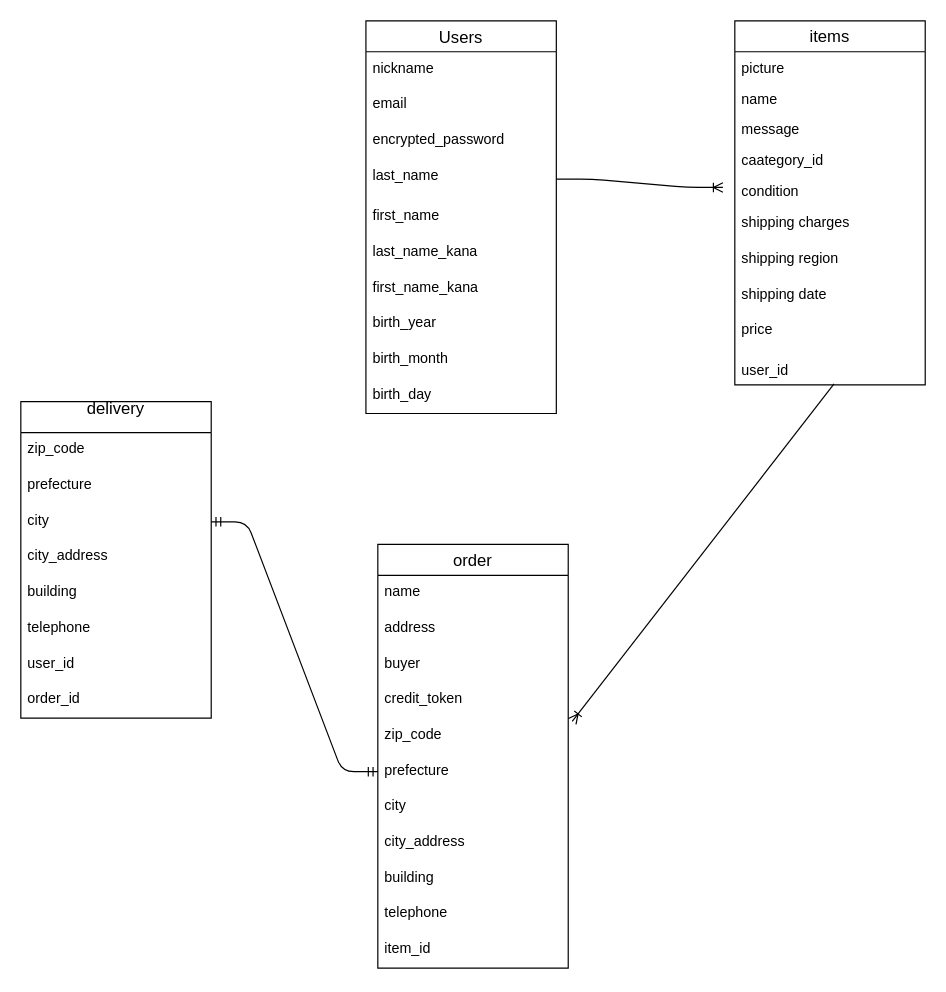
Before: ER.dio in tatsu11096/furima-38578, a draw.io diagram. Source tidied: cells renumbered, new cells numbered last; positions are measured from the earlier drawing's top-left corner, leaving out a move shared by most shapes. Both pictures are drawn from the tidied source at 119%, with x=0, y=0 at pixel (20, 20).
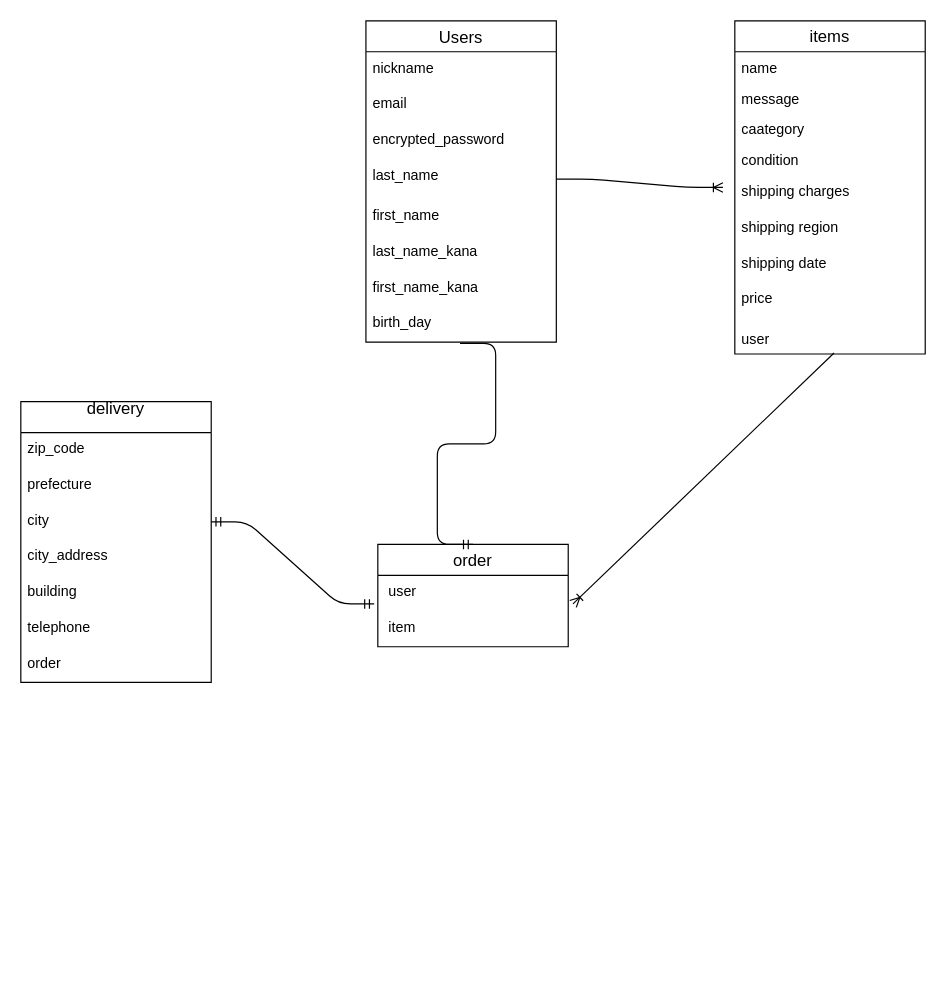
The same page after the edit.

Commit message (it also covers changes not shown here):
データベース修正２

The change refers to these unchanged cells:
```xml
<mxCell id="28" value="city" style="text;strokeColor=none;fillColor=none;spacingLeft=4;spacingRight=4;overflow=hidden;points=[[0,0.5],[1,0.5]];portConstraint=eastwest;fontSize=12;" parent="25" vertex="1">
  <mxGeometry y="86" width="160" height="30" as="geometry" />
</mxCell>
```

Change to the diagram source:
```diff
@@
     <mxCell id="2" value="Users" style="swimlane;fontStyle=0;horizontal=1;startSize=26;align=center;fontSize=14;" parent="1" vertex="1">
-      <mxGeometry x="290" width="160" height="330" as="geometry" />
+      <mxGeometry x="290" width="160" height="270" as="geometry" />
     </mxCell>
@@
-    <mxCell id="10" value="birth_year" style="text;strokeColor=none;fillColor=none;spacingLeft=4;spacingRight=4;overflow=hidden;points=[[0,0.5],[1,0.5]];portConstraint=eastwest;fontSize=12;" parent="2" vertex="1">
+    <mxCell id="10" value="birth_day" style="text;strokeColor=none;fillColor=none;spacingLeft=4;spacingRight=4;overflow=hidden;points=[[0,0.5],[1,0.5]];portConstraint=eastwest;fontSize=12;" parent="2" vertex="1">
       <mxGeometry y="240" width="160" height="30" as="geometry" />
     </mxCell>
-    <mxCell id="11" value="birth_month" style="text;strokeColor=none;fillColor=none;spacingLeft=4;spacingRight=4;overflow=hidden;fontSize=12;" parent="2" vertex="1">
-      <mxGeometry y="270" width="160" height="30" as="geometry" />
-    </mxCell>
-    <mxCell id="12" value="birth_day" style="text;strokeColor=none;fillColor=none;spacingLeft=4;spacingRight=4;overflow=hidden;fontSize=12;" parent="2" vertex="1">
-      <mxGeometry y="300" width="160" height="30" as="geometry" />
-    </mxCell>
     <mxCell id="13" value="order" style="swimlane;fontStyle=0;horizontal=1;startSize=26;align=center;fontSize=14;" parent="1" vertex="1">
-      <mxGeometry x="300" y="440" width="160" height="356" as="geometry" />
+      <mxGeometry x="300" y="440" width="160" height="86" as="geometry" />
     </mxCell>
-    <mxCell id="14" value="name" style="text;strokeColor=none;fillColor=none;spacingLeft=4;spacingRight=4;overflow=hidden;fontSize=12;" parent="13" vertex="1">
-      <mxGeometry y="26" width="160" height="30" as="geometry" />
-    </mxCell>
-    <mxCell id="15" value="address" style="text;strokeColor=none;fillColor=none;spacingLeft=4;spacingRight=4;overflow=hidden;fontSize=12;" parent="13" vertex="1">
-      <mxGeometry y="56" width="160" height="30" as="geometry" />
-    </mxCell>
-    <mxCell id="16" value="buyer" style="text;strokeColor=none;fillColor=none;spacingLeft=4;spacingRight=4;overflow=hidden;fontSize=12;" parent="13" vertex="1">
-      <mxGeometry y="86" width="160" height="30" as="geometry" />
-    </mxCell>
-    <mxCell id="17" value="credit_token" style="text;strokeColor=none;fillColor=none;spacingLeft=4;spacingRight=4;overflow=hidden;fontSize=12;" parent="13" vertex="1">
-      <mxGeometry y="116" width="160" height="30" as="geometry" />
-    </mxCell>
-    <mxCell id="18" value="zip_code" style="text;strokeColor=none;fillColor=none;spacingLeft=4;spacingRight=4;overflow=hidden;points=[[0,0.5],[1,0.5]];portConstraint=eastwest;fontSize=12;" parent="13" vertex="1">
-      <mxGeometry y="146" width="160" height="30" as="geometry" />
-    </mxCell>
-    <mxCell id="19" value="prefecture" style="text;strokeColor=none;fillColor=none;spacingLeft=4;spacingRight=4;overflow=hidden;points=[[0,0.5],[1,0.5]];portConstraint=eastwest;fontSize=12;" parent="13" vertex="1">
-      <mxGeometry y="176" width="160" height="30" as="geometry" />
-    </mxCell>
-    <mxCell id="20" value="city" style="text;strokeColor=none;fillColor=none;spacingLeft=4;spacingRight=4;overflow=hidden;fontSize=12;" parent="13" vertex="1">
-      <mxGeometry y="206" width="160" height="30" as="geometry" />
-    </mxCell>
-    <mxCell id="21" value="city_address" style="text;strokeColor=none;fillColor=none;spacingLeft=4;spacingRight=4;overflow=hidden;fontSize=12;" parent="13" vertex="1">
-      <mxGeometry y="236" width="160" height="30" as="geometry" />
-    </mxCell>
-    <mxCell id="22" value="building" style="text;strokeColor=none;fillColor=none;spacingLeft=4;spacingRight=4;overflow=hidden;fontSize=12;" parent="13" vertex="1">
-      <mxGeometry y="266" width="160" height="30" as="geometry" />
-    </mxCell>
-    <mxCell id="23" value="telephone" style="text;strokeColor=none;fillColor=none;spacingLeft=4;spacingRight=4;overflow=hidden;points=[[0,0.5],[1,0.5]];portConstraint=eastwest;fontSize=12;" parent="13" vertex="1">
-      <mxGeometry y="296" width="160" height="30" as="geometry" />
+    <mxCell id="23" value=" user" style="text;strokeColor=none;fillColor=none;spacingLeft=4;spacingRight=4;overflow=hidden;points=[[0,0.5],[1,0.5]];portConstraint=eastwest;fontSize=12;" parent="13" vertex="1">
+      <mxGeometry y="26" width="160" height="30" as="geometry" />
     </mxCell>
-    <mxCell id="24" value="item_id" style="text;strokeColor=none;fillColor=none;spacingLeft=4;spacingRight=4;overflow=hidden;fontSize=12;" parent="13" vertex="1">
-      <mxGeometry y="326" width="160" height="30" as="geometry" />
+    <mxCell id="24" value=" item" style="text;strokeColor=none;fillColor=none;spacingLeft=4;spacingRight=4;overflow=hidden;fontSize=12;" parent="13" vertex="1">
+      <mxGeometry y="56" width="160" height="30" as="geometry" />
     </mxCell>
     <mxCell id="25" value="delivery&#10;" style="swimlane;fontStyle=0;horizontal=1;startSize=26;align=center;fontSize=14;" parent="1" vertex="1">
-      <mxGeometry y="320" width="160" height="266" as="geometry" />
+      <mxGeometry y="320" width="160" height="236" as="geometry" />
     </mxCell>
@@
-    <mxCell id="32" value="user_id" style="text;strokeColor=none;fillColor=none;spacingLeft=4;spacingRight=4;overflow=hidden;fontSize=12;" parent="25" vertex="1">
+    <mxCell id="32" value="order" style="text;strokeColor=none;fillColor=none;spacingLeft=4;spacingRight=4;overflow=hidden;fontSize=12;" parent="25" vertex="1">
       <mxGeometry y="206" width="160" height="30" as="geometry" />
     </mxCell>
-    <mxCell id="33" value="order_id" style="text;strokeColor=none;fillColor=none;spacingLeft=4;spacingRight=4;overflow=hidden;fontSize=12;" parent="25" vertex="1">
-      <mxGeometry y="236" width="160" height="30" as="geometry" />
-    </mxCell>
     <mxCell id="34" value="items" style="swimlane;fontStyle=0;horizontal=1;startSize=26;align=center;fontSize=14;whiteSpace=wrap;" parent="1" vertex="1">
-      <mxGeometry x="600" width="160" height="306" as="geometry" />
+      <mxGeometry x="600" width="160" height="280" as="geometry" />
     </mxCell>
-    <mxCell id="35" value="picture" style="text;strokeColor=none;fillColor=none;spacingLeft=4;spacingRight=4;overflow=hidden;fontSize=12;" parent="34" vertex="1">
-      <mxGeometry y="26" width="160" height="26" as="geometry" />
-    </mxCell>
     <mxCell id="36" value="name" style="text;strokeColor=none;fillColor=none;spacingLeft=4;spacingRight=4;overflow=hidden;fontSize=12;" parent="34" vertex="1">
-      <mxGeometry y="52" width="160" height="26" as="geometry" />
+      <mxGeometry y="26" width="160" height="26" as="geometry" />
     </mxCell>
     <mxCell id="37" value="message" style="text;strokeColor=none;fillColor=none;spacingLeft=4;spacingRight=4;overflow=hidden;fontSize=12;" parent="34" vertex="1">
-      <mxGeometry y="78" width="160" height="26" as="geometry" />
+      <mxGeometry y="52" width="160" height="26" as="geometry" />
     </mxCell>
-    <mxCell id="38" value="caategory_id" style="text;strokeColor=none;fillColor=none;spacingLeft=4;spacingRight=4;overflow=hidden;fontSize=12;" parent="34" vertex="1">
-      <mxGeometry y="104" width="160" height="26" as="geometry" />
+    <mxCell id="38" value="caategory" style="text;strokeColor=none;fillColor=none;spacingLeft=4;spacingRight=4;overflow=hidden;fontSize=12;" parent="34" vertex="1">
+      <mxGeometry y="78" width="160" height="26" as="geometry" />
     </mxCell>
     <mxCell id="39" value="condition" style="text;strokeColor=none;fillColor=none;spacingLeft=4;spacingRight=4;overflow=hidden;fontSize=12;" parent="34" vertex="1">
-      <mxGeometry y="130" width="160" height="26" as="geometry" />
+      <mxGeometry y="104" width="160" height="26" as="geometry" />
     </mxCell>
     <mxCell id="40" value="shipping charges" style="text;strokeColor=none;fillColor=none;spacingLeft=4;spacingRight=4;overflow=hidden;fontSize=12;labelBackgroundColor=none;labelBorderColor=none;fontColor=default;" parent="34" vertex="1">
-      <mxGeometry y="156" width="160" height="30" as="geometry" />
+      <mxGeometry y="130" width="160" height="30" as="geometry" />
     </mxCell>
     <mxCell id="41" value="shipping region" style="text;strokeColor=none;fillColor=none;spacingLeft=4;spacingRight=4;overflow=hidden;fontSize=12;labelBackgroundColor=none;labelBorderColor=none;fontColor=default;" parent="34" vertex="1">
-      <mxGeometry y="186" width="160" height="30" as="geometry" />
+      <mxGeometry y="160" width="160" height="30" as="geometry" />
     </mxCell>
     <mxCell id="42" value="shipping date" style="text;strokeColor=none;fillColor=none;spacingLeft=4;spacingRight=4;overflow=hidden;fontSize=12;labelBackgroundColor=none;labelBorderColor=none;fontColor=default;" parent="34" vertex="1">
-      <mxGeometry y="216" width="160" height="30" as="geometry" />
+      <mxGeometry y="190" width="160" height="30" as="geometry" />
     </mxCell>
     <mxCell id="43" value="price" style="text;strokeColor=none;fillColor=none;spacingLeft=4;spacingRight=4;overflow=hidden;fontSize=12;labelBackgroundColor=none;labelBorderColor=none;fontColor=default;" parent="34" vertex="1">
-      <mxGeometry y="246" width="160" height="34" as="geometry" />
+      <mxGeometry y="220" width="160" height="34" as="geometry" />
     </mxCell>
-    <mxCell id="44" value="user_id" style="text;strokeColor=none;fillColor=none;spacingLeft=4;spacingRight=4;overflow=hidden;points=[[0,0.5],[1,0.5]];portConstraint=eastwest;fontSize=12;" parent="34" vertex="1">
-      <mxGeometry y="280" width="160" height="26" as="geometry" />
+    <mxCell id="44" value="user" style="text;strokeColor=none;fillColor=none;spacingLeft=4;spacingRight=4;overflow=hidden;points=[[0,0.5],[1,0.5]];portConstraint=eastwest;fontSize=12;" parent="34" vertex="1">
+      <mxGeometry y="254" width="160" height="26" as="geometry" />
     </mxCell>
@@
-    <mxCell id="46" style="edgeStyle=entityRelationEdgeStyle;fontSize=12;html=1;endArrow=ERmandOne;startArrow=ERmandOne;entryX=0;entryY=0.5;entryDx=0;entryDy=0;exitX=1;exitY=0.5;exitDx=0;exitDy=0;" parent="1" edge="1" source="28" target="19">
+    <mxCell id="46" style="edgeStyle=entityRelationEdgeStyle;fontSize=12;html=1;endArrow=ERmandOne;startArrow=ERmandOne;entryX=-0.019;entryY=0.8;entryDx=0;entryDy=0;exitX=1;exitY=0.5;exitDx=0;exitDy=0;entryPerimeter=0;" parent="1" edge="1" source="28" target="23">
       <mxGeometry relative="1" as="geometry" />
     </mxCell>
-    <mxCell id="47" style="fontSize=12;html=1;endArrow=ERoneToMany;entryX=1.021;entryY=0.093;entryDx=0;entryDy=0;entryPerimeter=0;exitX=0.521;exitY=0.966;exitDx=0;exitDy=0;exitPerimeter=0;" parent="1" edge="1" source="44" target="18">
+    <mxCell id="47" style="fontSize=12;html=1;endArrow=ERoneToMany;exitX=0.521;exitY=0.966;exitDx=0;exitDy=0;exitPerimeter=0;entryX=1.025;entryY=0.8;entryDx=0;entryDy=0;entryPerimeter=0;" parent="1" edge="1" source="44" target="23">
       <mxGeometry relative="1" as="geometry" />
     </mxCell>
+    <mxCell id="48" style="edgeStyle=entityRelationEdgeStyle;fontSize=12;html=1;endArrow=ERmandOne;entryX=0.5;entryY=0;entryDx=0;entryDy=0;exitX=0.494;exitY=1.033;exitDx=0;exitDy=0;exitPerimeter=0;" parent="1" edge="1" source="10" target="13">
+      <mxGeometry relative="1" as="geometry" />
+    </mxCell>
```
